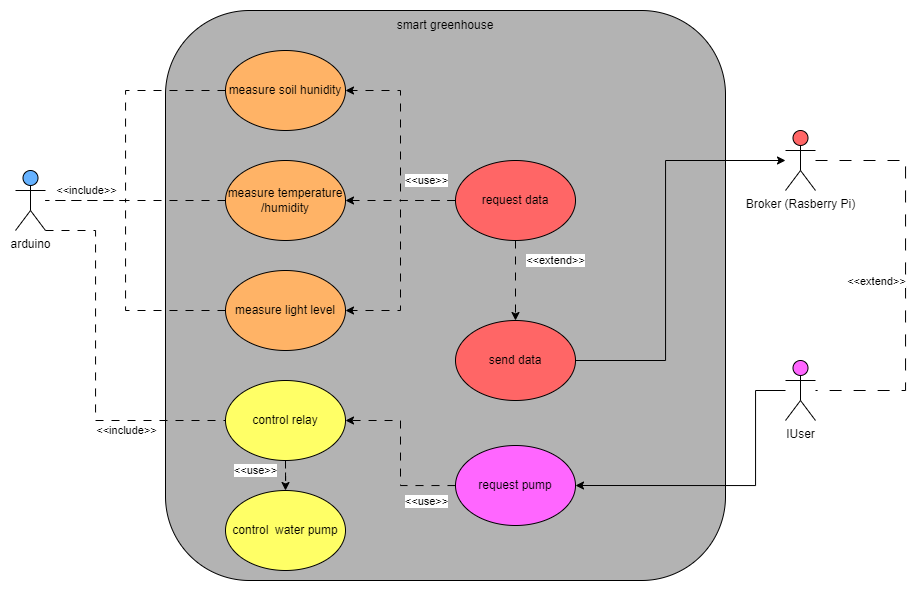
Before: AdvancedEmbeddedSystems/concept/useCase.png, a diagram exported from draw.io (MaximSpeczyk/IoT-FPGA). Source tidied: cells renumbered, new cells last; positions are measured from the earlier drawing's top-left corner, leaving out a move shared by most shapes.
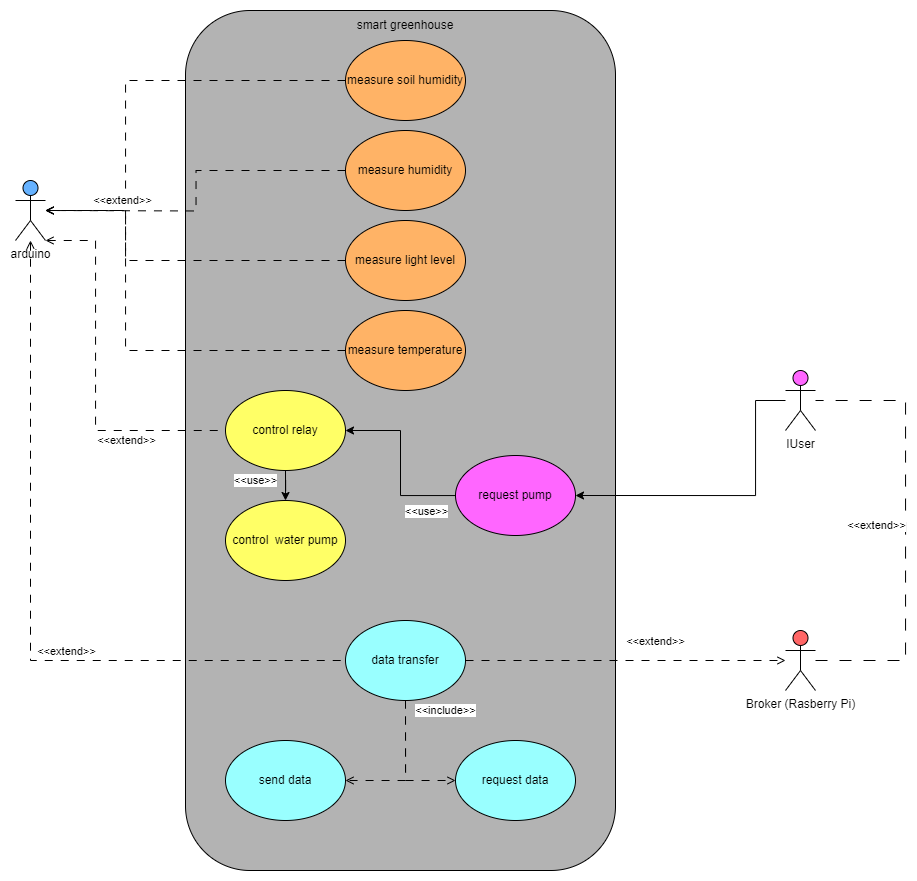
After the change.

Change to the diagram source:
```diff
@@ -3,21 +3,21 @@
     <mxCell id="0" />
     <mxCell id="1" parent="0" />
     <mxCell id="2" value="&lt;p style=&quot;line-height: 180%;&quot;&gt;&lt;br&gt;&lt;/p&gt;" style="rounded=1;whiteSpace=wrap;html=1;fillColor=#B3B3B3;" parent="1" vertex="1">
-      <mxGeometry x="150" width="560" height="570" as="geometry" />
+      <mxGeometry x="170" y="-10" width="430" height="860" as="geometry" />
     </mxCell>
-    <mxCell id="3" style="edgeStyle=orthogonalEdgeStyle;rounded=0;jettySize=auto;html=1;dashed=1;dashPattern=8 8;endArrow=none;endFill=0;" parent="1" edge="1" source="4">
+    <mxCell id="3" style="edgeStyle=orthogonalEdgeStyle;rounded=0;jettySize=auto;html=1;dashed=1;dashPattern=8 8;endArrow=open;endFill=0;" parent="1" edge="1" source="4">
       <mxGeometry relative="1" as="geometry">
         <mxPoint x="30" y="190" as="targetPoint" />
         <Array as="points">
-          <mxPoint x="110" y="80" />
+          <mxPoint x="110" y="60" />
           <mxPoint x="110" y="190" />
         </Array>
       </mxGeometry>
     </mxCell>
-    <mxCell id="4" value="measure soil hunidity" style="ellipse;whiteSpace=wrap;html=1;fillColor=#FFB366;" parent="1" vertex="1">
-      <mxGeometry x="210" y="40" width="120" height="80" as="geometry" />
+    <mxCell id="4" value="measure soil humidity" style="ellipse;whiteSpace=wrap;html=1;fillColor=#FFB366;" parent="1" vertex="1">
+      <mxGeometry x="330" y="20" width="120" height="80" as="geometry" />
     </mxCell>
-    <mxCell id="5" style="edgeStyle=orthogonalEdgeStyle;rounded=0;jettySize=auto;html=1;entryX=0;entryY=0.5;entryDx=0;entryDy=0;endArrow=none;endFill=0;dashed=1;dashPattern=8 8;" parent="1" edge="1" source="7" target="14">
+    <mxCell id="5" style="edgeStyle=orthogonalEdgeStyle;rounded=0;jettySize=auto;html=1;entryX=0;entryY=0.5;entryDx=0;entryDy=0;endArrow=none;endFill=0;dashed=1;dashPattern=8 8;startArrow=open;startFill=0;" parent="1" edge="1" source="7" target="14">
       <mxGeometry relative="1" as="geometry">
         <Array as="points">
           <mxPoint x="80" y="220" />
@@ -25,37 +25,50 @@
         </Array>
       </mxGeometry>
     </mxCell>
-    <mxCell id="6" value="&amp;lt;&amp;lt;include&amp;gt;&amp;gt;" style="edgeLabel;html=1;align=center;verticalAlign=middle;" parent="5" vertex="1">
+    <mxCell id="6" value="&amp;lt;&amp;lt;extend&amp;gt;&amp;gt;" style="edgeLabel;html=1;align=center;verticalAlign=middle;" parent="5" vertex="1">
       <mxGeometry x="-0.06" y="-2" relative="1" as="geometry">
         <mxPoint x="32" y="77" as="offset" />
       </mxGeometry>
     </mxCell>
+    <mxCell id="31" style="edgeStyle=orthogonalEdgeStyle;rounded=0;jettySize=auto;html=1;dashed=1;dashPattern=8 8;startArrow=open;startFill=0;endArrow=none;endFill=0;" parent="1" edge="1" source="7" target="38">
+      <mxGeometry relative="1" as="geometry">
+        <Array as="points">
+          <mxPoint x="15" y="640" />
+        </Array>
+      </mxGeometry>
+    </mxCell>
+    <mxCell id="32" value="&amp;lt;&amp;lt;extend&amp;gt;&amp;gt;" style="edgeLabel;html=1;align=center;verticalAlign=middle;" parent="31" vertex="1">
+      <mxGeometry x="0.36" relative="1" as="geometry">
+        <mxPoint x="-45" y="-10" as="offset" />
+      </mxGeometry>
+    </mxCell>
     <mxCell id="7" value="arduino" style="shape=umlActor;verticalLabelPosition=bottom;verticalAlign=top;html=1;outlineConnect=0;fillColor=#66B2FF;" parent="1" vertex="1">
       <mxGeometry y="160" width="30" height="60" as="geometry" />
     </mxCell>
-    <mxCell id="8" value="&amp;lt;&amp;lt;include&amp;gt;&amp;gt;" style="edgeStyle=orthogonalEdgeStyle;rounded=0;jettySize=auto;html=1;dashed=1;dashPattern=8 8;endArrow=none;endFill=0;" parent="1" edge="1" source="9">
+    <mxCell id="8" value="&amp;lt;&amp;lt;extend&amp;gt;&amp;gt;" style="edgeStyle=orthogonalEdgeStyle;rounded=0;jettySize=auto;html=1;dashed=1;dashPattern=8 8;endArrow=open;endFill=0;startArrow=none;startFill=0;" parent="1" edge="1" source="9">
       <mxGeometry x="0.55" y="-10" relative="1" as="geometry">
         <mxPoint x="30" y="190" as="targetPoint" />
       </mxGeometry>
     </mxCell>
-    <mxCell id="9" value="measure temperature&lt;br&gt;/humidity" style="ellipse;whiteSpace=wrap;html=1;fillColor=#FFB366;" parent="1" vertex="1">
-      <mxGeometry x="210" y="150" width="120" height="80" as="geometry" />
+    <mxCell id="9" value="measure humidity" style="ellipse;whiteSpace=wrap;html=1;fillColor=#FFB366;" parent="1" vertex="1">
+      <mxGeometry x="330" y="110" width="120" height="80" as="geometry" />
     </mxCell>
     <mxCell id="10" value="smart greenhouse" style="text;html=1;strokeColor=none;fillColor=none;align=center;verticalAlign=middle;whiteSpace=wrap;rounded=0;" parent="1" vertex="1">
-      <mxGeometry x="375" width="110" height="30" as="geometry" />
+      <mxGeometry x="335" y="-10" width="110" height="30" as="geometry" />
     </mxCell>
-    <mxCell id="11" style="edgeStyle=orthogonalEdgeStyle;rounded=0;jettySize=auto;html=1;dashed=1;dashPattern=8 8;endArrow=none;endFill=0;" parent="1" edge="1" source="12" target="7">
-      <mxGeometry relative="1" as="geometry">
-        <Array as="points">
-          <mxPoint x="110" y="300" />
-          <mxPoint x="110" y="190" />
-        </Array>
-      </mxGeometry>
-    </mxCell>
+    <mxCell id="33" style="edgeStyle=orthogonalEdgeStyle;rounded=0;jettySize=auto;html=1;dashed=1;dashPattern=8 8;endArrow=open;endFill=0;" parent="1" edge="1" source="12">
+      <mxGeometry relative="1" as="geometry">
+        <mxPoint x="30" y="190" as="targetPoint" />
+        <Array as="points">
+          <mxPoint x="110" y="330" />
+          <mxPoint x="110" y="190" />
+        </Array>
+      </mxGeometry>
+    </mxCell>
-    <mxCell id="12" value="measure light level" style="ellipse;whiteSpace=wrap;html=1;fillColor=#FFB366;" parent="1" vertex="1">
-      <mxGeometry x="210" y="260" width="120" height="80" as="geometry" />
+    <mxCell id="12" value="measure temperature" style="ellipse;whiteSpace=wrap;html=1;fillColor=#FFB366;" parent="1" vertex="1">
+      <mxGeometry x="330" y="290" width="120" height="80" as="geometry" />
     </mxCell>
-    <mxCell id="13" value="&amp;lt;&amp;lt;use&amp;gt;&amp;gt;" style="edgeStyle=orthogonalEdgeStyle;rounded=0;jettySize=auto;html=1;dashed=1;dashPattern=8 8;" parent="1" edge="1" source="14" target="15">
+    <mxCell id="13" value="&amp;lt;&amp;lt;use&amp;gt;&amp;gt;" style="edgeStyle=orthogonalEdgeStyle;rounded=0;jettySize=auto;html=1;" parent="1" edge="1" source="14" target="15">
       <mxGeometry x="-0.6" y="-30" relative="1" as="geometry">
         <mxPoint y="1" as="offset" />
       </mxGeometry>
@@ -66,36 +79,10 @@
     <mxCell id="15" value="control&amp;nbsp; water pump" style="ellipse;whiteSpace=wrap;html=1;fillColor=#FFFF66;" parent="1" vertex="1">
       <mxGeometry x="210" y="480" width="120" height="80" as="geometry" />
     </mxCell>
-    <mxCell id="16" style="edgeStyle=orthogonalEdgeStyle;rounded=0;jettySize=auto;html=1;" parent="1" edge="1" source="17" target="25">
-      <mxGeometry relative="1" as="geometry">
-        <Array as="points">
-          <mxPoint x="650" y="350" />
-          <mxPoint x="650" y="150" />
-        </Array>
-      </mxGeometry>
-    </mxCell>
-    <mxCell id="17" value="send data" style="ellipse;whiteSpace=wrap;html=1;fillColor=#FF6666;" parent="1" vertex="1">
-      <mxGeometry x="440" y="310" width="120" height="80" as="geometry" />
-    </mxCell>
-    <mxCell id="18" style="edgeStyle=orthogonalEdgeStyle;rounded=0;jettySize=auto;html=1;dashed=1;dashPattern=8 8;" parent="1" edge="1" source="22" target="9">
-      <mxGeometry relative="1" as="geometry" />
-    </mxCell>
-    <mxCell id="19" style="edgeStyle=orthogonalEdgeStyle;rounded=0;jettySize=auto;html=1;entryX=1;entryY=0.5;entryDx=0;entryDy=0;dashed=1;dashPattern=8 8;" parent="1" edge="1" source="22" target="4">
-      <mxGeometry relative="1" as="geometry" />
-    </mxCell>
-    <mxCell id="20" value="&amp;lt;&amp;lt;use&amp;gt;&amp;gt;" style="edgeStyle=orthogonalEdgeStyle;rounded=0;jettySize=auto;html=1;entryX=1;entryY=0.5;entryDx=0;entryDy=0;dashed=1;dashPattern=8 8;" parent="1" edge="1" source="22" target="12">
-      <mxGeometry x="-0.73" y="-20" relative="1" as="geometry" />
-    </mxCell>
-    <mxCell id="21" value="&amp;lt;&amp;lt;extend&amp;gt;&amp;gt;" style="edgeStyle=orthogonalEdgeStyle;rounded=0;jettySize=auto;html=1;dashed=1;dashPattern=8 8;" parent="1" edge="1" source="22" target="17">
-      <mxGeometry x="-0.5" y="40" relative="1" as="geometry" />
-    </mxCell>
-    <mxCell id="22" value="request data" style="ellipse;whiteSpace=wrap;html=1;fillColor=#FF6666;" parent="1" vertex="1">
-      <mxGeometry x="440" y="150" width="120" height="80" as="geometry" />
-    </mxCell>
     <mxCell id="23" style="edgeStyle=orthogonalEdgeStyle;rounded=0;jettySize=auto;html=1;dashed=1;dashPattern=12 12;endArrow=none;endFill=0;" parent="1" edge="1" source="25" target="27">
       <mxGeometry relative="1" as="geometry">
         <Array as="points">
-          <mxPoint x="890" y="150" />
+          <mxPoint x="890" y="640" />
           <mxPoint x="890" y="380" />
         </Array>
       </mxGeometry>
@@ -106,7 +93,7 @@
       </mxGeometry>
     </mxCell>
     <mxCell id="25" value="Broker (Rasberry Pi)" style="shape=umlActor;verticalLabelPosition=bottom;verticalAlign=top;html=1;outlineConnect=0;fillColor=#FF6666;" parent="1" vertex="1">
-      <mxGeometry x="770" y="120" width="30" height="60" as="geometry" />
+      <mxGeometry x="770" y="610" width="30" height="60" as="geometry" />
     </mxCell>
     <mxCell id="26" style="edgeStyle=orthogonalEdgeStyle;rounded=0;jettySize=auto;html=1;entryX=1;entryY=0.5;entryDx=0;entryDy=0;" parent="1" edge="1" source="27" target="30">
       <mxGeometry relative="1" as="geometry">
@@ -119,7 +106,7 @@
     <mxCell id="27" value="IUser" style="shape=umlActor;verticalLabelPosition=bottom;verticalAlign=top;html=1;outlineConnect=0;fillColor=#FF66FF;" parent="1" vertex="1">
       <mxGeometry x="770" y="350" width="30" height="60" as="geometry" />
     </mxCell>
-    <mxCell id="28" style="edgeStyle=orthogonalEdgeStyle;rounded=0;jettySize=auto;html=1;dashed=1;dashPattern=8 8;" parent="1" edge="1" source="30" target="14">
+    <mxCell id="28" style="edgeStyle=orthogonalEdgeStyle;rounded=0;jettySize=auto;html=1;" parent="1" edge="1" source="30" target="14">
       <mxGeometry relative="1" as="geometry" />
     </mxCell>
     <mxCell id="29" value="&amp;lt;&amp;lt;use&amp;gt;&amp;gt;" style="edgeLabel;html=1;align=center;verticalAlign=middle;" parent="28" vertex="1">
@@ -130,5 +117,45 @@
     <mxCell id="30" value="request pump" style="ellipse;whiteSpace=wrap;html=1;fillColor=#FF66FF;" parent="1" vertex="1">
       <mxGeometry x="440" y="435" width="120" height="80" as="geometry" />
     </mxCell>
+    <mxCell id="34" style="edgeStyle=orthogonalEdgeStyle;rounded=0;jettySize=auto;html=1;dashed=1;dashPattern=8 8;endArrow=open;endFill=0;" parent="1" edge="1" source="38" target="25">
+      <mxGeometry relative="1" as="geometry" />
+    </mxCell>
+    <mxCell id="35" value="&amp;lt;&amp;lt;extend&amp;gt;&amp;gt;" style="edgeLabel;html=1;align=center;verticalAlign=middle;" parent="34" vertex="1">
+      <mxGeometry x="0.11" y="-3" relative="1" as="geometry">
+        <mxPoint x="13" y="-23" as="offset" />
+      </mxGeometry>
+    </mxCell>
+    <mxCell id="36" style="edgeStyle=orthogonalEdgeStyle;rounded=0;jettySize=auto;html=1;entryX=0;entryY=0.5;entryDx=0;entryDy=0;dashed=1;dashPattern=8 8;endArrow=open;endFill=0;" parent="1" edge="1" source="38" target="22">
+      <mxGeometry relative="1" as="geometry" />
+    </mxCell>
+    <mxCell id="37" value="&amp;lt;&amp;lt;include&amp;gt;&amp;gt;" style="edgeStyle=orthogonalEdgeStyle;rounded=0;jettySize=auto;html=1;dashed=1;dashPattern=8 8;endArrow=open;endFill=0;" parent="1" edge="1" source="38" target="17">
+      <mxGeometry x="-0.86" y="40" relative="1" as="geometry">
+        <Array as="points">
+          <mxPoint x="390" y="760" />
+        </Array>
+        <mxPoint y="-1" as="offset" />
+      </mxGeometry>
+    </mxCell>
+    <mxCell id="38" value="data transfer" style="ellipse;whiteSpace=wrap;html=1;fillColor=#99FFFF;" parent="1" vertex="1">
+      <mxGeometry x="330" y="600" width="120" height="80" as="geometry" />
+    </mxCell>
+    <mxCell id="17" value="send data" style="ellipse;whiteSpace=wrap;html=1;fillColor=#99FFFF;" parent="1" vertex="1">
+      <mxGeometry x="210" y="720" width="120" height="80" as="geometry" />
+    </mxCell>
+    <mxCell id="22" value="request data" style="ellipse;whiteSpace=wrap;html=1;fillColor=#99FFFF;" parent="1" vertex="1">
+      <mxGeometry x="440" y="720" width="120" height="80" as="geometry" />
+    </mxCell>
+    <mxCell id="39" style="edgeStyle=orthogonalEdgeStyle;rounded=0;jettySize=auto;html=1;dashed=1;dashPattern=8 8;endArrow=open;endFill=0;" parent="1" edge="1" source="40">
+      <mxGeometry relative="1" as="geometry">
+        <mxPoint x="30" y="190" as="targetPoint" />
+        <Array as="points">
+          <mxPoint x="110" y="240" />
+          <mxPoint x="110" y="190" />
+        </Array>
+      </mxGeometry>
+    </mxCell>
+    <mxCell id="40" value="measure light level" style="ellipse;whiteSpace=wrap;html=1;fillColor=#FFB366;" parent="1" vertex="1">
+      <mxGeometry x="330" y="200" width="120" height="80" as="geometry" />
+    </mxCell>
   </root>
 </mxGraphModel>
```
